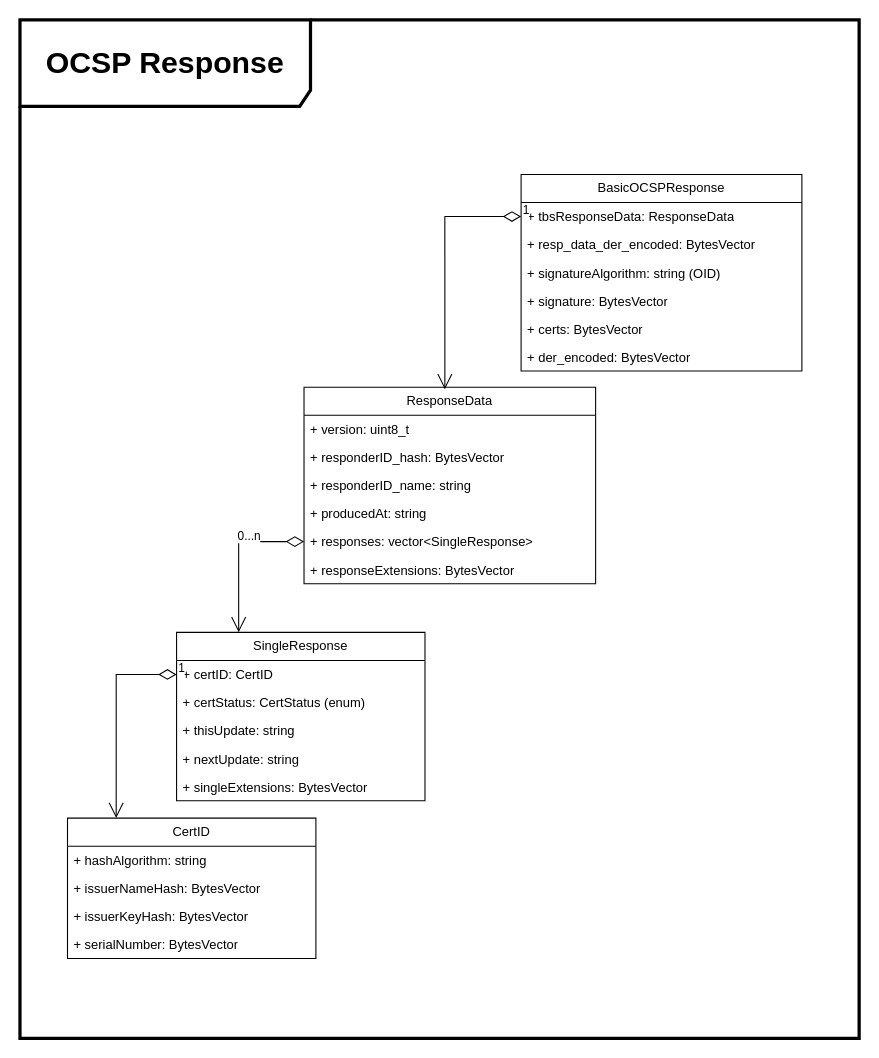
3036662/pdf_scp keeps this draw.io diagram as page "OCSP Resonse" (10 of 12) of basic_struct_draft.drawio. Above is the earlier version. Source tidied: cells renumbered, new cells numbered last; positions are measured from the earlier drawing's top-left corner, leaving out a move shared by most shapes. Both pictures are drawn from the tidied source at 108%, with x=0, y=0 at pixel (19, 19).
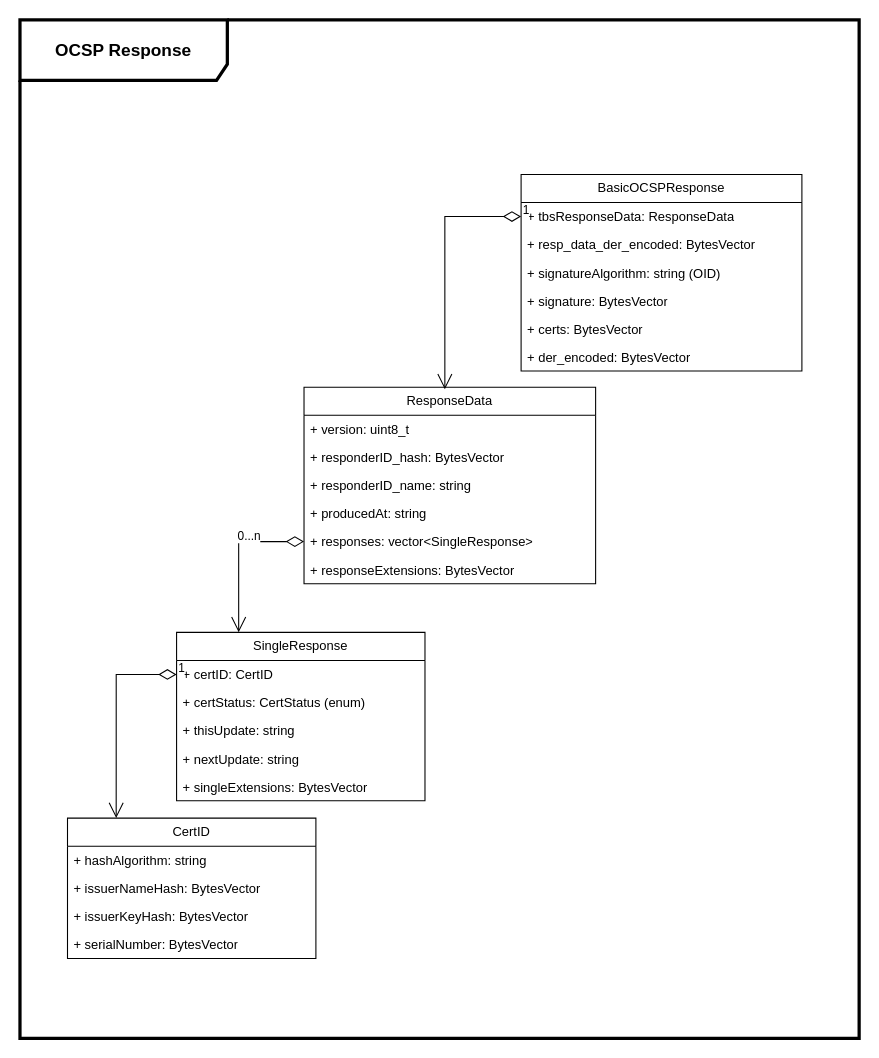
Above is the later version.

What changed in the source:
```diff
@@
-    <mxCell id="2" value="&lt;font style=&quot;font-size: 28px;&quot;&gt;&lt;b&gt;OCSP Response&lt;/b&gt;&lt;/font&gt;" style="shape=umlFrame;whiteSpace=wrap;html=1;width=269;height=80;strokeWidth=3;" parent="1" vertex="1">
+    <mxCell id="2" value="&lt;font size=&quot;1&quot;&gt;&lt;b style=&quot;font-size: 16px;&quot;&gt;OCSP Response&lt;/b&gt;&lt;/font&gt;" style="shape=umlFrame;whiteSpace=wrap;html=1;width=192;height=56;strokeWidth=3;" parent="1" vertex="1">
       <mxGeometry width="777" height="943" as="geometry" />
     </mxCell>
```
